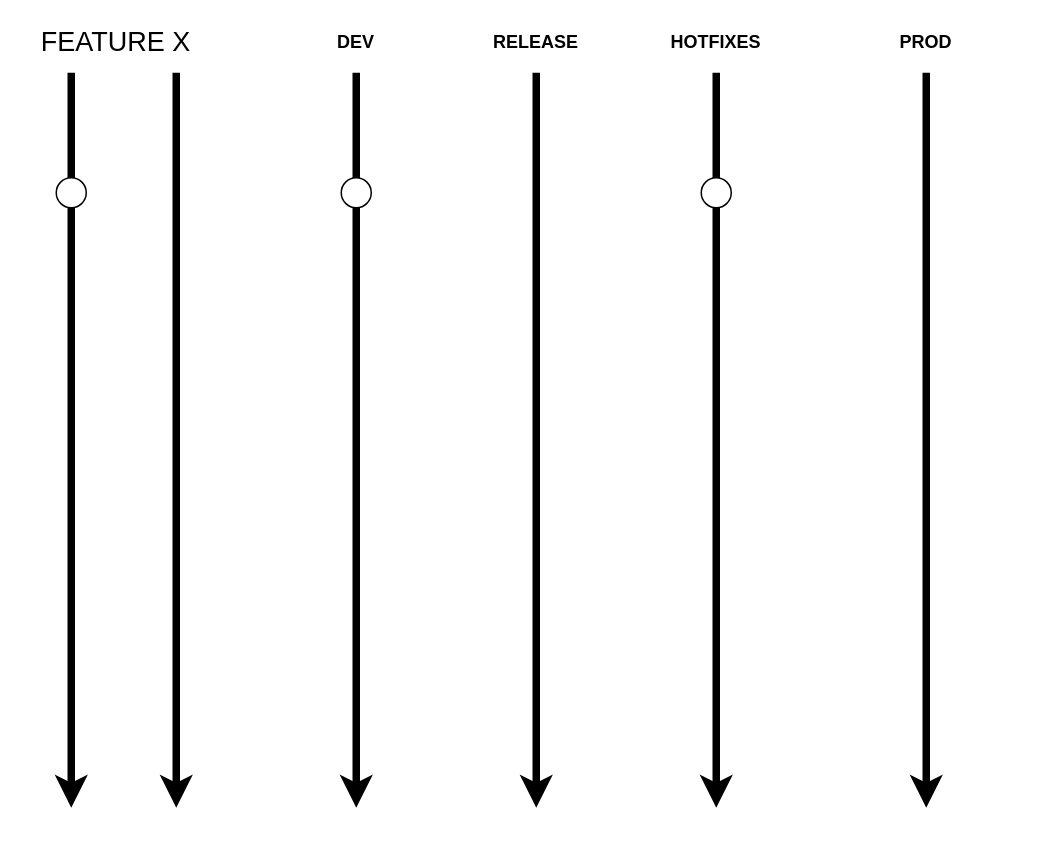
Above: 泳道图.drawio in tengxiao/zabbix-report (draw.io), before the change. Source tidied: cells renumbered, new cells numbered last; positions are measured from the earlier drawing's top-left corner, leaving out a move shared by most shapes. Both pictures are drawn from the tidied source at 150%, with x=0, y=0 at pixel (26, 27).
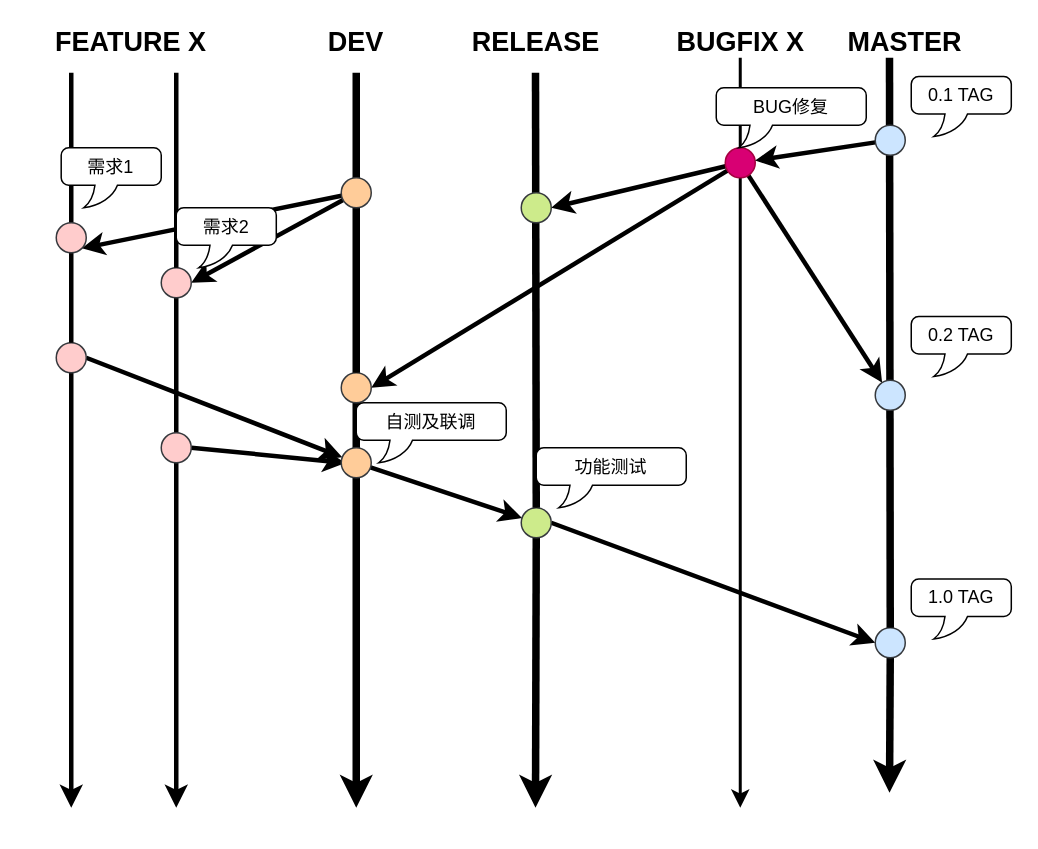
The same page after the edit.

Commit message:
更新泳道图.drawio

Change to the diagram source:
```diff
@@
-    <mxCell id="2" style="endArrow=classic;html=1;strokeWidth=5;" parent="1" edge="1">
+    <mxCell id="2" style="endArrow=classic;html=1;strokeWidth=3;startArrow=none;" parent="1" edge="1" source="27">
       <mxGeometry relative="1" as="geometry">
-        <mxPoint x="30" y="30" as="sourcePoint" />
         <mxPoint x="30" y="520" as="targetPoint" />
       </mxGeometry>
     </mxCell>
-    <mxCell id="3" value="&lt;font style=&quot;font-size: 18px&quot;&gt;FEATURE X&lt;/font&gt;" style="text;html=1;strokeColor=none;fillColor=none;align=center;verticalAlign=middle;whiteSpace=wrap;rounded=0;" parent="1" vertex="1">
-      <mxGeometry width="120" height="20" as="geometry" />
+    <mxCell id="3" value="&lt;font style=&quot;font-size: 18px&quot;&gt;&lt;b&gt;FEATURE X&lt;/b&gt;&lt;/font&gt;" style="text;html=1;strokeColor=none;fillColor=none;align=center;verticalAlign=middle;whiteSpace=wrap;rounded=0;" parent="1" vertex="1">
+      <mxGeometry x="10" width="120" height="20" as="geometry" />
     </mxCell>
-    <mxCell id="4" style="endArrow=classic;html=1;strokeWidth=5;" parent="1" edge="1">
+    <mxCell id="4" style="endArrow=classic;html=1;strokeWidth=3;startArrow=none;" parent="1" edge="1" source="29">
       <mxGeometry relative="1" as="geometry">
-        <mxPoint x="100" y="30" as="sourcePoint" />
         <mxPoint x="100" y="520" as="targetPoint" />
       </mxGeometry>
     </mxCell>
-    <mxCell id="5" style="endArrow=classic;html=1;strokeWidth=5;" parent="1" edge="1">
+    <mxCell id="5" style="endArrow=classic;html=1;strokeWidth=5;startArrow=none;" parent="1" edge="1" source="22">
       <mxGeometry relative="1" as="geometry">
-        <mxPoint x="220" y="30" as="sourcePoint" />
         <mxPoint x="220" y="520" as="targetPoint" />
       </mxGeometry>
     </mxCell>
-    <mxCell id="6" value="&lt;b&gt;DEV&lt;/b&gt;" style="text;html=1;strokeColor=none;fillColor=none;align=center;verticalAlign=middle;whiteSpace=wrap;rounded=0;" parent="1" vertex="1">
+    <mxCell id="6" value="&lt;b&gt;&lt;font style=&quot;font-size: 18px&quot;&gt;DEV&lt;/font&gt;&lt;br&gt;&lt;/b&gt;" style="text;html=1;strokeColor=none;fillColor=none;align=center;verticalAlign=middle;whiteSpace=wrap;rounded=0;" parent="1" vertex="1">
       <mxGeometry x="200" width="40" height="20" as="geometry" />
     </mxCell>
-    <mxCell id="7" style="endArrow=classic;html=1;strokeWidth=5;" parent="1" edge="1">
+    <mxCell id="7" style="endArrow=classic;html=1;strokeWidth=5;startArrow=none;" parent="1" edge="1" source="36">
       <mxGeometry relative="1" as="geometry">
-        <mxPoint x="340" y="30" as="sourcePoint" />
-        <mxPoint x="340" y="520" as="targetPoint" />
+        <mxPoint x="339.5" y="520" as="targetPoint" />
       </mxGeometry>
     </mxCell>
-    <mxCell id="8" value="&lt;b&gt;RELEASE&lt;/b&gt;" style="text;html=1;strokeColor=none;fillColor=none;align=center;verticalAlign=middle;whiteSpace=wrap;rounded=0;" parent="1" vertex="1">
+    <mxCell id="8" value="&lt;b&gt;&lt;font style=&quot;font-size: 18px&quot;&gt;RELEASE&lt;/font&gt;&lt;/b&gt;" style="text;html=1;strokeColor=none;fillColor=none;align=center;verticalAlign=middle;whiteSpace=wrap;rounded=0;" parent="1" vertex="1">
       <mxGeometry x="320" width="40" height="20" as="geometry" />
     </mxCell>
-    <mxCell id="9" style="endArrow=classic;html=1;strokeWidth=5;" parent="1" edge="1">
+    <mxCell id="9" style="endArrow=classic;html=1;strokeWidth=2;" parent="1" edge="1">
       <mxGeometry relative="1" as="geometry">
-        <mxPoint x="460" y="30" as="sourcePoint" />
-        <mxPoint x="460" y="520" as="targetPoint" />
+        <mxPoint x="476" y="20" as="sourcePoint" />
+        <mxPoint x="476" y="520" as="targetPoint" />
       </mxGeometry>
     </mxCell>
-    <mxCell id="10" value="&lt;b&gt;HOTFIXES&lt;/b&gt;" style="text;html=1;strokeColor=none;fillColor=none;align=center;verticalAlign=middle;whiteSpace=wrap;rounded=0;" parent="1" vertex="1">
-      <mxGeometry x="440" width="40" height="20" as="geometry" />
+    <mxCell id="10" value="&lt;b&gt;&lt;font style=&quot;font-size: 18px&quot;&gt;BUGFIX X&lt;/font&gt;&lt;/b&gt;" style="text;html=1;strokeColor=none;fillColor=none;align=center;verticalAlign=middle;whiteSpace=wrap;rounded=0;" parent="1" vertex="1">
+      <mxGeometry x="428.5" width="95" height="20" as="geometry" />
     </mxCell>
-    <mxCell id="11" style="endArrow=classic;html=1;strokeWidth=5;" parent="1" edge="1">
+    <mxCell id="11" style="endArrow=classic;html=1;strokeWidth=5;startArrow=none;" parent="1" edge="1" source="40">
       <mxGeometry relative="1" as="geometry">
-        <mxPoint x="600" y="30" as="sourcePoint" />
-        <mxPoint x="600" y="520" as="targetPoint" />
+        <mxPoint x="575.5" y="510" as="targetPoint" />
       </mxGeometry>
     </mxCell>
-    <mxCell id="12" value="&lt;b&gt;PROD&lt;/b&gt;" style="text;html=1;strokeColor=none;fillColor=none;align=center;verticalAlign=middle;whiteSpace=wrap;rounded=0;" parent="1" vertex="1">
-      <mxGeometry x="580" width="40" height="20" as="geometry" />
+    <mxCell id="12" value="&lt;b&gt;&lt;font style=&quot;font-size: 18px&quot;&gt;MASTER&lt;/font&gt;&lt;/b&gt;" style="text;html=1;strokeColor=none;fillColor=none;align=center;verticalAlign=middle;whiteSpace=wrap;rounded=0;" parent="1" vertex="1">
+      <mxGeometry x="566" width="40" height="20" as="geometry" />
     </mxCell>
+    <mxCell id="16" style="edgeStyle=none;rounded=0;jettySize=auto;html=1;strokeWidth=3;" parent="1" edge="1" source="15" target="42">
+      <mxGeometry relative="1" as="geometry" />
+    </mxCell>
+    <mxCell id="17" style="edgeStyle=none;rounded=0;jettySize=auto;html=1;entryX=1;entryY=0.5;entryDx=0;entryDy=0;strokeWidth=3;" parent="1" edge="1" source="15" target="22">
+      <mxGeometry relative="1" as="geometry" />
+    </mxCell>
+    <mxCell id="18" style="edgeStyle=none;rounded=0;jettySize=auto;html=1;entryX=1;entryY=0.5;entryDx=0;entryDy=0;strokeWidth=3;" parent="1" edge="1" source="15" target="39">
+      <mxGeometry relative="1" as="geometry" />
+    </mxCell>
+    <mxCell id="15" style="ellipse;whiteSpace=wrap;html=1;fillColor=#d80073;strokeColor=#A50040;fontColor=#ffffff;" parent="1" vertex="1">
+      <mxGeometry x="466" y="80" width="20" height="20" as="geometry" />
+    </mxCell>
+    <mxCell id="19" style="rounded=0;jettySize=auto;html=1;strokeWidth=3;" parent="1" edge="1" source="43" target="15">
+      <mxGeometry relative="1" as="geometry" />
+    </mxCell>
+    <mxCell id="20" value="0.1 TAG" style="whiteSpace=wrap;html=1;shape=mxgraph.basic.roundRectCallout;dx=30;dy=15;size=5;boundedLbl=1;" parent="1" vertex="1">
+      <mxGeometry x="590" y="32.5" width="66.7" height="40" as="geometry" />
+    </mxCell>
+    <mxCell id="21" value="0.2 TAG" style="whiteSpace=wrap;html=1;shape=mxgraph.basic.roundRectCallout;dx=30;dy=15;size=5;boundedLbl=1;" parent="1" vertex="1">
+      <mxGeometry x="590" y="192.5" width="66.7" height="40" as="geometry" />
+    </mxCell>
+    <mxCell id="22" style="ellipse;whiteSpace=wrap;html=1;fillColor=#ffcc99;strokeColor=#36393d;" parent="1" vertex="1">
+      <mxGeometry x="210" y="230" width="20" height="20" as="geometry" />
+    </mxCell>
+    <mxCell id="23" style="endArrow=none;html=1;strokeWidth=5;" parent="1" edge="1" target="22">
+      <mxGeometry relative="1" as="geometry">
+        <mxPoint x="220" y="30" as="sourcePoint" />
+      </mxGeometry>
+    </mxCell>
+    <mxCell id="24" style="edgeStyle=none;rounded=0;jettySize=auto;html=1;entryX=1;entryY=0.5;entryDx=0;entryDy=0;strokeWidth=3;" parent="1" edge="1" source="14" target="29">
+      <mxGeometry relative="1" as="geometry" />
+    </mxCell>
+    <mxCell id="25" style="edgeStyle=none;rounded=0;jettySize=auto;html=1;entryX=1;entryY=1;entryDx=0;entryDy=0;strokeWidth=3;" parent="1" edge="1" source="14" target="13">
+      <mxGeometry relative="1" as="geometry" />
+    </mxCell>
+    <mxCell id="14" style="ellipse;whiteSpace=wrap;html=1;fillColor=#ffcc99;strokeColor=#36393d;" parent="1" vertex="1">
+      <mxGeometry x="210" y="100" width="20" height="20" as="geometry" />
+    </mxCell>
+    <mxCell id="26" style="edgeStyle=none;rounded=0;jettySize=auto;html=1;exitX=1;exitY=0.5;exitDx=0;exitDy=0;strokeWidth=3;" parent="1" edge="1" source="27" target="34">
+      <mxGeometry relative="1" as="geometry" />
+    </mxCell>
+    <mxCell id="27" style="ellipse;whiteSpace=wrap;html=1;fillColor=#ffcccc;strokeColor=#36393d;" parent="1" vertex="1">
+      <mxGeometry x="20" y="210" width="20" height="20" as="geometry" />
+    </mxCell>
+    <mxCell id="28" style="endArrow=none;html=1;strokeWidth=3;" parent="1" edge="1" target="27">
+      <mxGeometry relative="1" as="geometry">
+        <mxPoint x="30" y="30" as="sourcePoint" />
+      </mxGeometry>
+    </mxCell>
-    <mxCell id="13" style="ellipse;whiteSpace=wrap;html=1;" parent="1" vertex="1">
-      <mxGeometry x="20" y="100" width="20" height="20" as="geometry" />
+    <mxCell id="13" style="ellipse;whiteSpace=wrap;html=1;fillColor=#ffcccc;strokeColor=#36393d;" parent="1" vertex="1">
+      <mxGeometry x="20" y="130" width="20" height="20" as="geometry" />
     </mxCell>
-    <mxCell id="14" style="ellipse;whiteSpace=wrap;html=1;" parent="1" vertex="1">
-      <mxGeometry x="210" y="100" width="20" height="20" as="geometry" />
-    </mxCell>
-    <mxCell id="15" style="ellipse;whiteSpace=wrap;html=1;" parent="1" vertex="1">
-      <mxGeometry x="450" y="100" width="20" height="20" as="geometry" />
-    </mxCell>
+    <mxCell id="29" style="ellipse;whiteSpace=wrap;html=1;fillColor=#ffcccc;strokeColor=#36393d;" parent="1" vertex="1">
+      <mxGeometry x="90" y="160" width="20" height="20" as="geometry" />
+    </mxCell>
+    <mxCell id="30" style="endArrow=none;html=1;strokeWidth=3;" parent="1" edge="1" target="29">
+      <mxGeometry relative="1" as="geometry">
+        <mxPoint x="100" y="30" as="sourcePoint" />
+      </mxGeometry>
+    </mxCell>
+    <mxCell id="31" style="edgeStyle=none;rounded=0;jettySize=auto;html=1;strokeWidth=3;entryX=0;entryY=1;entryDx=0;entryDy=0;exitX=1;exitY=0.5;exitDx=0;exitDy=0;" parent="1" edge="1" source="32">
+      <mxGeometry relative="1" as="geometry">
+        <mxPoint x="212.9" y="290.1" as="targetPoint" />
+      </mxGeometry>
+    </mxCell>
+    <mxCell id="32" style="ellipse;whiteSpace=wrap;html=1;fillColor=#ffcccc;strokeColor=#36393d;" parent="1" vertex="1">
+      <mxGeometry x="90" y="270" width="20" height="20" as="geometry" />
+    </mxCell>
+    <mxCell id="33" style="edgeStyle=none;rounded=0;jettySize=auto;html=1;strokeWidth=3;" parent="1" edge="1" source="34" target="36">
+      <mxGeometry relative="1" as="geometry" />
+    </mxCell>
+    <mxCell id="34" style="ellipse;whiteSpace=wrap;html=1;fillColor=#ffcc99;strokeColor=#36393d;" parent="1" vertex="1">
+      <mxGeometry x="210" y="280" width="20" height="20" as="geometry" />
+    </mxCell>
+    <mxCell id="35" style="edgeStyle=none;rounded=0;jettySize=auto;html=1;exitX=1;exitY=0.5;exitDx=0;exitDy=0;entryX=0;entryY=0.5;entryDx=0;entryDy=0;strokeWidth=3;" parent="1" edge="1" source="36" target="40">
+      <mxGeometry relative="1" as="geometry" />
+    </mxCell>
+    <mxCell id="36" style="ellipse;whiteSpace=wrap;html=1;fillColor=#cdeb8b;strokeColor=#36393d;" parent="1" vertex="1">
+      <mxGeometry x="330" y="320" width="20" height="20" as="geometry" />
+    </mxCell>
+    <mxCell id="37" value="1.0 TAG" style="whiteSpace=wrap;html=1;shape=mxgraph.basic.roundRectCallout;dx=30;dy=15;size=5;boundedLbl=1;" parent="1" vertex="1">
+      <mxGeometry x="590" y="367.5" width="66.7" height="40" as="geometry" />
+    </mxCell>
+    <mxCell id="38" style="endArrow=none;html=1;strokeWidth=5;" parent="1" edge="1" target="36">
+      <mxGeometry relative="1" as="geometry">
+        <mxPoint x="339.5" y="30" as="sourcePoint" />
+      </mxGeometry>
+    </mxCell>
+    <mxCell id="39" style="ellipse;whiteSpace=wrap;html=1;fillColor=#cdeb8b;strokeColor=#36393d;" parent="1" vertex="1">
+      <mxGeometry x="330" y="110" width="20" height="20" as="geometry" />
+    </mxCell>
+    <mxCell id="40" style="ellipse;whiteSpace=wrap;html=1;fillColor=#cce5ff;strokeColor=#36393d;" parent="1" vertex="1">
+      <mxGeometry x="566" y="400" width="20" height="20" as="geometry" />
+    </mxCell>
+    <mxCell id="41" style="endArrow=none;html=1;strokeWidth=5;" parent="1" edge="1" target="40">
+      <mxGeometry relative="1" as="geometry">
+        <mxPoint x="575.5" y="20" as="sourcePoint" />
+      </mxGeometry>
+    </mxCell>
+    <mxCell id="42" style="ellipse;whiteSpace=wrap;html=1;fillColor=#cce5ff;strokeColor=#36393d;" parent="1" vertex="1">
+      <mxGeometry x="566" y="235" width="20" height="20" as="geometry" />
+    </mxCell>
+    <mxCell id="43" style="ellipse;whiteSpace=wrap;html=1;fillColor=#cce5ff;strokeColor=#36393d;" parent="1" vertex="1">
+      <mxGeometry x="566" y="65" width="20" height="20" as="geometry" />
+    </mxCell>
+    <mxCell id="44" value="需求1" style="whiteSpace=wrap;html=1;shape=mxgraph.basic.roundRectCallout;dx=30;dy=15;size=5;boundedLbl=1;" parent="1" vertex="1">
+      <mxGeometry x="23.3" y="80" width="66.7" height="40" as="geometry" />
+    </mxCell>
+    <mxCell id="45" value="需求2" style="whiteSpace=wrap;html=1;shape=mxgraph.basic.roundRectCallout;dx=30;dy=15;size=5;boundedLbl=1;" parent="1" vertex="1">
+      <mxGeometry x="100" y="120" width="66.7" height="40" as="geometry" />
+    </mxCell>
+    <mxCell id="46" value="自测及联调" style="whiteSpace=wrap;html=1;shape=mxgraph.basic.roundRectCallout;dx=30;dy=15;size=5;boundedLbl=1;" parent="1" vertex="1">
+      <mxGeometry x="220" y="250" width="100" height="40" as="geometry" />
+    </mxCell>
+    <mxCell id="47" value="功能测试" style="whiteSpace=wrap;html=1;shape=mxgraph.basic.roundRectCallout;dx=30;dy=15;size=5;boundedLbl=1;" parent="1" vertex="1">
+      <mxGeometry x="340" y="280" width="100" height="40" as="geometry" />
+    </mxCell>
+    <mxCell id="48" value="BUG修复" style="whiteSpace=wrap;html=1;shape=mxgraph.basic.roundRectCallout;dx=30;dy=15;size=5;boundedLbl=1;" parent="1" vertex="1">
+      <mxGeometry x="460" y="40" width="100" height="40" as="geometry" />
+    </mxCell>
```
